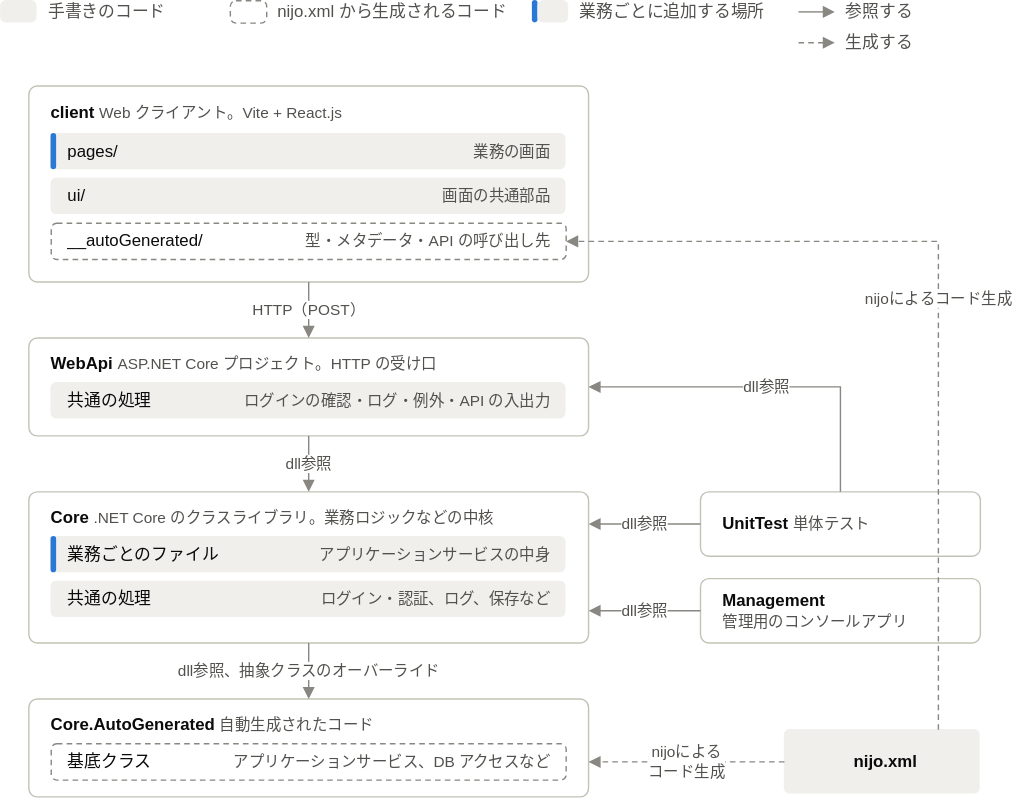
halllky/NijoAppScaffold keeps this draw.io diagram as demo/101_販売管理システム/標準仕様書_プロジェクト構成図.drawio.svg. Above is the earlier version. Source tidied: cells renumbered, new cells last; positions are measured from the earlier drawing's top-left corner, leaving out a move shared by most shapes.
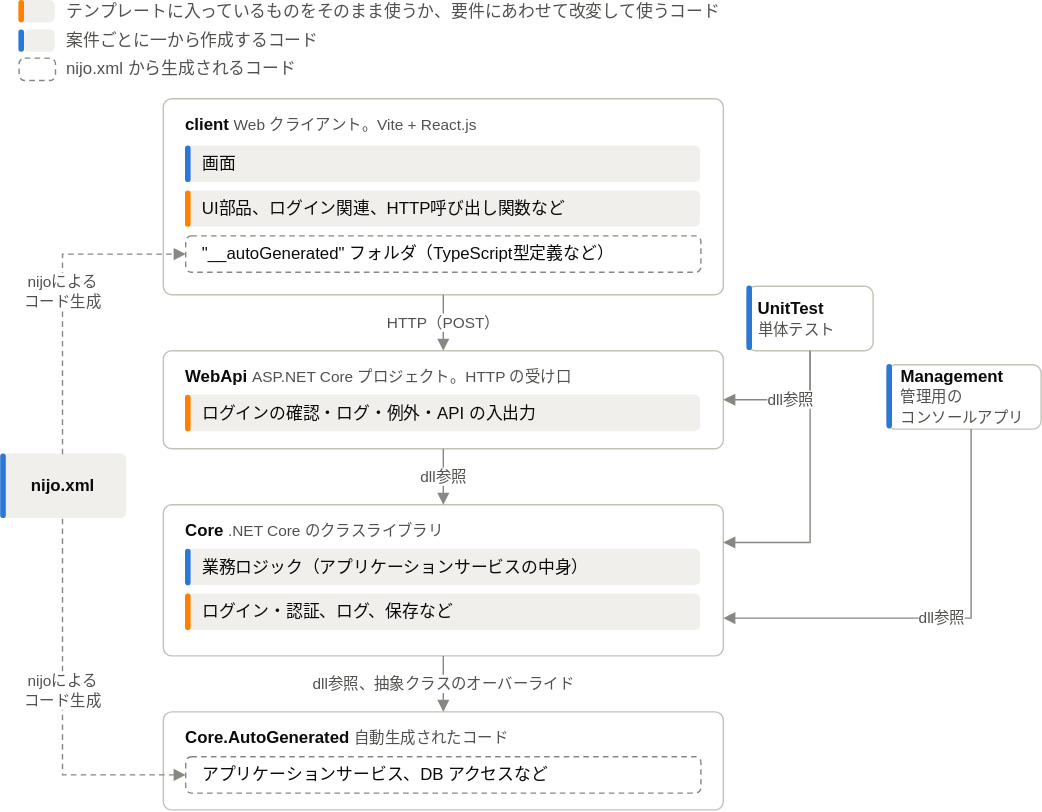
The same diagram one commit later.

Commit message:
デモ101 4章レビュー

The edit, as a diff of the source:
```diff
@@ -3,44 +3,26 @@
     <mxCell id="0" />
     <mxCell id="1" parent="0" />
     <mxCell id="2" style="rounded=1;absoluteArcSize=1;arcSize=8;html=1;fillColor=#f0efec;strokeColor=none;strokeWidth=1;" parent="1" vertex="1">
-      <mxGeometry width="26" height="16" as="geometry" />
+      <mxGeometry x="-83" y="-9" width="26" height="16" as="geometry" />
     </mxCell>
-    <mxCell id="3" value="手書きのコード" style="text;html=1;align=left;verticalAlign=middle;fontSize=12;fontColor=#52514e;fontStyle=0;spacing=0;" parent="1" vertex="1">
-      <mxGeometry x="34" width="120" height="16" as="geometry" />
+    <mxCell id="3" value="テンプレートに入っているものをそのまま使うか、要件にあわせて改変して使うコード" style="text;html=1;align=left;verticalAlign=middle;fontSize=12;fontColor=#52514e;fontStyle=0;spacing=0;" parent="1" vertex="1">
+      <mxGeometry x="-49" y="-9" width="469" height="16" as="geometry" />
     </mxCell>
     <mxCell id="4" style="rounded=1;absoluteArcSize=1;arcSize=8;html=1;fillColor=#ffffff;strokeColor=#898781;strokeWidth=1;dashed=1;dashPattern=4 3;" parent="1" vertex="1">
-      <mxGeometry x="164" width="26" height="16" as="geometry" />
+      <mxGeometry x="-83" y="32" width="26" height="16" as="geometry" />
     </mxCell>
     <mxCell id="5" value="nijo.xml から生成されるコード" style="text;html=1;align=left;verticalAlign=middle;fontSize=12;fontColor=#52514e;fontStyle=0;spacing=0;" parent="1" vertex="1">
-      <mxGeometry x="198" width="170" height="16" as="geometry" />
+      <mxGeometry x="-49" y="32" width="170" height="16" as="geometry" />
     </mxCell>
     <mxCell id="6" style="rounded=1;absoluteArcSize=1;arcSize=4;html=1;fillColor=#2a78d6;strokeColor=none;strokeWidth=1;" parent="1" vertex="1">
-      <mxGeometry x="380" width="4" height="16" as="geometry" />
+      <mxGeometry x="-83" y="12" width="4" height="16" as="geometry" />
     </mxCell>
     <mxCell id="7" style="rounded=1;absoluteArcSize=1;arcSize=8;html=1;fillColor=#f0efec;strokeColor=none;strokeWidth=1;" parent="1" vertex="1">
-      <mxGeometry x="384" width="22" height="16" as="geometry" />
+      <mxGeometry x="-79" y="12" width="22" height="16" as="geometry" />
     </mxCell>
-    <mxCell id="8" value="業務ごとに追加する場所" style="text;html=1;align=left;verticalAlign=middle;fontSize=12;fontColor=#52514e;fontStyle=0;spacing=0;" parent="1" vertex="1">
-      <mxGeometry x="414" width="140" height="16" as="geometry" />
+    <mxCell id="8" value="案件ごとに一から作成するコード" style="text;html=1;align=left;verticalAlign=middle;fontSize=12;fontColor=#52514e;fontStyle=0;spacing=0;" parent="1" vertex="1">
+      <mxGeometry x="-49" y="12" width="216" height="16" as="geometry" />
     </mxCell>
-    <mxCell id="9" style="html=1;rounded=0;endArrow=block;endFill=1;endSize=6;startArrow=none;strokeColor=#898781;strokeWidth=1;fontSize=11;fontColor=#52514e;labelBackgroundColor=#ffffff;" parent="1" edge="1">
-      <mxGeometry relative="1" as="geometry">
-        <mxPoint x="570" y="8" as="sourcePoint" />
-        <mxPoint x="596" y="8" as="targetPoint" />
-      </mxGeometry>
-    </mxCell>
-    <mxCell id="10" value="参照する" style="text;html=1;align=left;verticalAlign=middle;fontSize=12;fontColor=#52514e;fontStyle=0;spacing=0;" parent="1" vertex="1">
-      <mxGeometry x="604" width="60" height="16" as="geometry" />
-    </mxCell>
-    <mxCell id="11" style="html=1;rounded=0;endArrow=block;endFill=1;endSize=6;startArrow=none;strokeColor=#898781;strokeWidth=1;fontSize=11;fontColor=#52514e;labelBackgroundColor=#ffffff;dashed=1;dashPattern=4 3;" parent="1" edge="1">
-      <mxGeometry relative="1" as="geometry">
-        <mxPoint x="570" y="30" as="sourcePoint" />
-        <mxPoint x="596" y="30" as="targetPoint" />
-      </mxGeometry>
-    </mxCell>
-    <mxCell id="12" value="生成する" style="text;html=1;align=left;verticalAlign=middle;fontSize=12;fontColor=#52514e;fontStyle=0;spacing=0;" parent="1" vertex="1">
-      <mxGeometry x="604" y="22" width="60" height="16" as="geometry" />
-    </mxCell>
     <mxCell id="13" style="rounded=1;absoluteArcSize=1;arcSize=12;html=1;fillColor=#ffffff;strokeColor=#c3c2b7;strokeWidth=1;" parent="1" vertex="1">
       <mxGeometry x="20" y="61" width="400" height="140" as="geometry" />
     </mxCell>
@@ -53,30 +35,21 @@
     <mxCell id="16" style="rounded=1;absoluteArcSize=1;arcSize=4;html=1;fillColor=#2a78d6;strokeColor=none;strokeWidth=1;" parent="1" vertex="1">
       <mxGeometry x="36" y="95" width="4" height="26" as="geometry" />
     </mxCell>
-    <mxCell id="17" value="pages/" style="text;html=1;align=left;verticalAlign=middle;fontSize=12;fontColor=#0b0b0b;fontStyle=0;spacing=0;" parent="1" vertex="1">
+    <mxCell id="17" value="画面" style="text;html=1;align=left;verticalAlign=middle;fontSize=12;fontColor=#0b0b0b;fontStyle=0;spacing=0;" parent="1" vertex="1">
       <mxGeometry x="48" y="95" width="180" height="26" as="geometry" />
     </mxCell>
-    <mxCell id="18" value="業務の画面" style="text;html=1;align=right;verticalAlign=middle;fontSize=11;fontColor=#52514e;fontStyle=0;spacing=0;" parent="1" vertex="1">
-      <mxGeometry x="186" y="95" width="206" height="26" as="geometry" />
-    </mxCell>
     <mxCell id="19" style="rounded=1;absoluteArcSize=1;arcSize=8;html=1;fillColor=#f0efec;strokeColor=none;strokeWidth=1;" parent="1" vertex="1">
       <mxGeometry x="36" y="127" width="368" height="26" as="geometry" />
     </mxCell>
-    <mxCell id="20" value="ui/" style="text;html=1;align=left;verticalAlign=middle;fontSize=12;fontColor=#0b0b0b;fontStyle=0;spacing=0;" parent="1" vertex="1">
+    <mxCell id="20" value="UI部品、ログイン関連、HTTP呼び出し関数など" style="text;html=1;align=left;verticalAlign=middle;fontSize=12;fontColor=#0b0b0b;fontStyle=0;spacing=0;" parent="1" vertex="1">
       <mxGeometry x="48" y="127" width="180" height="26" as="geometry" />
     </mxCell>
-    <mxCell id="21" value="画面の共通部品" style="text;html=1;align=right;verticalAlign=middle;fontSize=11;fontColor=#52514e;fontStyle=0;spacing=0;" parent="1" vertex="1">
-      <mxGeometry x="186" y="127" width="206" height="26" as="geometry" />
-    </mxCell>
     <mxCell id="22" style="rounded=1;absoluteArcSize=1;arcSize=8;html=1;fillColor=#ffffff;strokeColor=#898781;strokeWidth=1;dashed=1;dashPattern=4 3;" parent="1" vertex="1">
       <mxGeometry x="36" y="159" width="368" height="26" as="geometry" />
     </mxCell>
-    <mxCell id="23" value="__autoGenerated/" style="text;html=1;align=left;verticalAlign=middle;fontSize=12;fontColor=#0b0b0b;fontStyle=0;spacing=0;" parent="1" vertex="1">
-      <mxGeometry x="48" y="159" width="180" height="26" as="geometry" />
+    <mxCell id="23" value="&quot;__autoGenerated&quot; フォルダ（TypeScript型定義など）" style="text;html=1;align=left;verticalAlign=middle;fontSize=12;fontColor=#0b0b0b;fontStyle=0;spacing=0;" parent="1" vertex="1">
+      <mxGeometry x="48" y="159" width="339" height="26" as="geometry" />
     </mxCell>
-    <mxCell id="24" value="型・メタデータ・API の呼び出し先" style="text;html=1;align=right;verticalAlign=middle;fontSize=11;fontColor=#52514e;fontStyle=0;spacing=0;" parent="1" vertex="1">
-      <mxGeometry x="186" y="159" width="206" height="26" as="geometry" />
-    </mxCell>
     <mxCell id="25" style="rounded=1;absoluteArcSize=1;arcSize=12;html=1;fillColor=#ffffff;strokeColor=#c3c2b7;strokeWidth=1;" parent="1" vertex="1">
       <mxGeometry x="20" y="241" width="400" height="70" as="geometry" />
     </mxCell>
@@ -86,16 +59,13 @@
     <mxCell id="27" style="rounded=1;absoluteArcSize=1;arcSize=8;html=1;fillColor=#f0efec;strokeColor=none;strokeWidth=1;" parent="1" vertex="1">
       <mxGeometry x="36" y="273" width="368" height="26" as="geometry" />
     </mxCell>
-    <mxCell id="28" value="共通の処理" style="text;html=1;align=left;verticalAlign=middle;fontSize=12;fontColor=#0b0b0b;fontStyle=0;spacing=0;" parent="1" vertex="1">
+    <mxCell id="28" value="ログインの確認・ログ・例外・API の入出力" style="text;html=1;align=left;verticalAlign=middle;fontSize=12;fontColor=#0b0b0b;fontStyle=0;spacing=0;" parent="1" vertex="1">
       <mxGeometry x="48" y="273" width="180" height="26" as="geometry" />
     </mxCell>
-    <mxCell id="29" value="ログインの確認・ログ・例外・API の入出力" style="text;html=1;align=right;verticalAlign=middle;fontSize=11;fontColor=#52514e;fontStyle=0;spacing=0;" parent="1" vertex="1">
-      <mxGeometry x="186" y="273" width="206" height="26" as="geometry" />
-    </mxCell>
     <mxCell id="30" style="rounded=1;absoluteArcSize=1;arcSize=12;html=1;fillColor=#ffffff;strokeColor=#c3c2b7;strokeWidth=1;" parent="1" vertex="1">
       <mxGeometry x="20" y="351" width="400" height="108" as="geometry" />
     </mxCell>
-    <mxCell id="31" value="&lt;b&gt;Core&lt;/b&gt;　&lt;span style=&quot;color: rgb(82, 81, 78); font-size: 11px;&quot;&gt;.NET Core のクラスライブラリ。業務ロジックなどの中核&lt;/span&gt;" style="text;html=1;align=left;verticalAlign=middle;fontSize=12;fontColor=#0b0b0b;fontStyle=0;spacing=0;" parent="1" vertex="1">
+    <mxCell id="31" value="&lt;b&gt;Core&lt;/b&gt;　&lt;span style=&quot;color: rgb(82, 81, 78); font-size: 11px;&quot;&gt;.NET Core のクラスライブラリ&lt;/span&gt;" style="text;html=1;align=left;verticalAlign=middle;fontSize=12;fontColor=#0b0b0b;fontStyle=0;spacing=0;" parent="1" vertex="1">
       <mxGeometry x="36" y="361" width="368" height="18" as="geometry" />
     </mxCell>
     <mxCell id="32" style="rounded=1;absoluteArcSize=1;arcSize=8;html=1;fillColor=#f0efec;strokeColor=none;strokeWidth=1;" parent="1" vertex="1">
@@ -104,21 +74,15 @@
     <mxCell id="33" style="rounded=1;absoluteArcSize=1;arcSize=4;html=1;fillColor=#2a78d6;strokeColor=none;strokeWidth=1;" parent="1" vertex="1">
       <mxGeometry x="36" y="383" width="4" height="26" as="geometry" />
     </mxCell>
-    <mxCell id="34" value="業務ごとのファイル" style="text;html=1;align=left;verticalAlign=middle;fontSize=12;fontColor=#0b0b0b;fontStyle=0;spacing=0;" parent="1" vertex="1">
+    <mxCell id="34" value="業務ロジック（アプリケーションサービスの中身）" style="text;html=1;align=left;verticalAlign=middle;fontSize=12;fontColor=#0b0b0b;fontStyle=0;spacing=0;" parent="1" vertex="1">
       <mxGeometry x="48" y="383" width="180" height="26" as="geometry" />
     </mxCell>
-    <mxCell id="35" value="アプリケーションサービスの中身" style="text;html=1;align=right;verticalAlign=middle;fontSize=11;fontColor=#52514e;fontStyle=0;spacing=0;" parent="1" vertex="1">
-      <mxGeometry x="186" y="383" width="206" height="26" as="geometry" />
-    </mxCell>
     <mxCell id="36" style="rounded=1;absoluteArcSize=1;arcSize=8;html=1;fillColor=#f0efec;strokeColor=none;strokeWidth=1;" parent="1" vertex="1">
       <mxGeometry x="36" y="415" width="368" height="26" as="geometry" />
     </mxCell>
-    <mxCell id="37" value="共通の処理" style="text;html=1;align=left;verticalAlign=middle;fontSize=12;fontColor=#0b0b0b;fontStyle=0;spacing=0;" parent="1" vertex="1">
+    <mxCell id="37" value="ログイン・認証、ログ、保存など" style="text;html=1;align=left;verticalAlign=middle;fontSize=12;fontColor=#0b0b0b;fontStyle=0;spacing=0;" parent="1" vertex="1">
       <mxGeometry x="48" y="415" width="180" height="26" as="geometry" />
     </mxCell>
-    <mxCell id="38" value="ログイン・認証、ログ、保存など" style="text;html=1;align=right;verticalAlign=middle;fontSize=11;fontColor=#52514e;fontStyle=0;spacing=0;" parent="1" vertex="1">
-      <mxGeometry x="186" y="415" width="206" height="26" as="geometry" />
-    </mxCell>
     <mxCell id="39" style="rounded=1;absoluteArcSize=1;arcSize=12;html=1;fillColor=#ffffff;strokeColor=#c3c2b7;strokeWidth=1;" parent="1" vertex="1">
       <mxGeometry x="20" y="499" width="400" height="70" as="geometry" />
     </mxCell>
@@ -128,12 +92,9 @@
     <mxCell id="41" style="rounded=1;absoluteArcSize=1;arcSize=8;html=1;fillColor=#ffffff;strokeColor=#898781;strokeWidth=1;dashed=1;dashPattern=4 3;" parent="1" vertex="1">
       <mxGeometry x="36" y="531" width="368" height="26" as="geometry" />
     </mxCell>
-    <mxCell id="42" value="基底クラス" style="text;html=1;align=left;verticalAlign=middle;fontSize=12;fontColor=#0b0b0b;fontStyle=0;spacing=0;" parent="1" vertex="1">
+    <mxCell id="42" value="アプリケーションサービス、DB アクセスなど" style="text;html=1;align=left;verticalAlign=middle;fontSize=12;fontColor=#0b0b0b;fontStyle=0;spacing=0;" parent="1" vertex="1">
       <mxGeometry x="48" y="531" width="180" height="26" as="geometry" />
     </mxCell>
-    <mxCell id="43" value="アプリケーションサービス、DB アクセスなど" style="text;html=1;align=right;verticalAlign=middle;fontSize=11;fontColor=#52514e;fontStyle=0;spacing=0;" parent="1" vertex="1">
-      <mxGeometry x="186" y="531" width="206" height="26" as="geometry" />
-    </mxCell>
     <mxCell id="44" value="HTTP（POST）" style="html=1;rounded=0;endArrow=block;endFill=1;endSize=6;startArrow=none;strokeColor=#898781;strokeWidth=1;fontSize=11;fontColor=#52514e;labelBackgroundColor=#ffffff;" parent="1" edge="1">
       <mxGeometry relative="1" as="geometry">
         <mxPoint x="220" y="201" as="sourcePoint" />
@@ -153,57 +114,58 @@
       </mxGeometry>
     </mxCell>
     <mxCell id="47" style="rounded=1;absoluteArcSize=1;arcSize=12;html=1;fillColor=#ffffff;strokeColor=#c3c2b7;strokeWidth=1;" parent="1" vertex="1">
-      <mxGeometry x="500" y="351" width="200" height="46" as="geometry" />
+      <mxGeometry x="437" y="195" width="90" height="46" as="geometry" />
     </mxCell>
-    <mxCell id="48" value="&lt;b&gt;UnitTest&lt;/b&gt;　&lt;span style=&quot;color:#52514e;font-size:11px&quot;&gt;単体テスト&lt;/span&gt;" style="text;html=1;align=left;verticalAlign=middle;fontSize=12;fontColor=#0b0b0b;fontStyle=0;spacing=0;" parent="1" vertex="1">
-      <mxGeometry x="516" y="351" width="168" height="46" as="geometry" />
+    <mxCell id="48" value="&lt;b&gt;UnitTest&lt;/b&gt;&lt;div&gt;&lt;span style=&quot;color: rgb(82, 81, 78); font-size: 11px;&quot;&gt;単体テスト&lt;/span&gt;&lt;/div&gt;" style="text;html=1;align=left;verticalAlign=middle;fontSize=12;fontColor=#0b0b0b;fontStyle=0;spacing=0;" parent="1" vertex="1">
+      <mxGeometry x="444.5" y="195" width="75" height="46" as="geometry" />
     </mxCell>
     <mxCell id="49" style="rounded=1;absoluteArcSize=1;arcSize=12;html=1;fillColor=#ffffff;strokeColor=#c3c2b7;strokeWidth=1;" parent="1" vertex="1">
-      <mxGeometry x="500" y="413" width="200" height="46" as="geometry" />
+      <mxGeometry x="537" y="251" width="110" height="46" as="geometry" />
     </mxCell>
-    <mxCell id="50" value="&lt;b&gt;Management&lt;/b&gt;&lt;div&gt;&lt;span style=&quot;color: rgb(82, 81, 78); font-size: 11px;&quot;&gt;管理用のコンソールアプリ&lt;/span&gt;&lt;/div&gt;" style="text;html=1;align=left;verticalAlign=middle;fontSize=12;fontColor=#0b0b0b;fontStyle=0;spacing=0;" parent="1" vertex="1">
-      <mxGeometry x="516" y="413" width="168" height="46" as="geometry" />
+    <mxCell id="50" value="&lt;b&gt;Management&lt;/b&gt;&lt;div&gt;&lt;span style=&quot;color: rgb(82, 81, 78); font-size: 11px;&quot;&gt;管理用の&lt;/span&gt;&lt;/div&gt;&lt;div&gt;&lt;span style=&quot;color: rgb(82, 81, 78); font-size: 11px;&quot;&gt;コンソールアプリ&lt;/span&gt;&lt;/div&gt;" style="text;html=1;align=left;verticalAlign=middle;fontSize=12;fontColor=#0b0b0b;fontStyle=0;spacing=0;" parent="1" vertex="1">
+      <mxGeometry x="547" y="251" width="100" height="46" as="geometry" />
     </mxCell>
-    <mxCell id="51" value="dll参照" style="html=1;rounded=0;endArrow=block;endFill=1;endSize=6;startArrow=none;strokeColor=#898781;strokeWidth=1;fontSize=11;fontColor=#52514e;labelBackgroundColor=#ffffff;" parent="1" edge="1">
-      <mxGeometry relative="1" as="geometry">
-        <mxPoint x="500" y="374" as="sourcePoint" />
-        <mxPoint x="420" y="374" as="targetPoint" />
-      </mxGeometry>
+    <mxCell id="51" style="html=1;rounded=0;endArrow=block;endFill=1;endSize=6;startArrow=none;strokeColor=#898781;strokeWidth=1;fontSize=11;fontColor=#52514e;labelBackgroundColor=#ffffff;exitX=0.5;exitY=1;exitDx=0;exitDy=0;edgeStyle=orthogonalEdgeStyle;entryX=1;entryY=0.25;entryDx=0;entryDy=0;" parent="1" edge="1" source="48" target="30">
+      <mxGeometry relative="1" as="geometry" />
     </mxCell>
-    <mxCell id="52" value="dll参照" style="html=1;rounded=0;endArrow=block;endFill=1;endSize=6;startArrow=none;strokeColor=#898781;strokeWidth=1;fontSize=11;fontColor=#52514e;labelBackgroundColor=#ffffff;" parent="1" edge="1">
-      <mxGeometry relative="1" as="geometry">
-        <mxPoint x="500" y="436" as="sourcePoint" />
-        <mxPoint x="420" y="436" as="targetPoint" />
-      </mxGeometry>
+    <mxCell id="52" value="dll参照" style="html=1;rounded=0;endArrow=block;endFill=1;endSize=6;startArrow=none;strokeColor=#898781;strokeWidth=1;fontSize=11;fontColor=#52514e;labelBackgroundColor=#ffffff;exitX=0.5;exitY=1;exitDx=0;exitDy=0;edgeStyle=orthogonalEdgeStyle;entryX=1;entryY=0.75;entryDx=0;entryDy=0;" parent="1" edge="1" source="50" target="30">
+      <mxGeometry relative="1" as="geometry" />
     </mxCell>
-    <mxCell id="53" value="dll参照" style="html=1;rounded=0;endArrow=block;endFill=1;endSize=6;startArrow=none;strokeColor=#898781;strokeWidth=1;fontSize=11;fontColor=#52514e;labelBackgroundColor=#ffffff;" parent="1" edge="1">
-      <mxGeometry relative="1" as="geometry">
-        <mxPoint x="600" y="351" as="sourcePoint" />
-        <mxPoint x="420" y="276" as="targetPoint" />
-        <Array as="points">
-          <mxPoint x="600" y="276" />
-        </Array>
-      </mxGeometry>
+    <mxCell id="53" value="dll参照" style="html=1;rounded=0;endArrow=block;endFill=1;endSize=6;startArrow=none;strokeColor=#898781;strokeWidth=1;fontSize=11;fontColor=#52514e;labelBackgroundColor=#ffffff;edgeStyle=orthogonalEdgeStyle;entryX=1;entryY=0.5;entryDx=0;entryDy=0;exitX=0.5;exitY=1;exitDx=0;exitDy=0;" parent="1" edge="1" source="48" target="25">
+      <mxGeometry relative="1" as="geometry" />
     </mxCell>
     <mxCell id="54" style="rounded=1;absoluteArcSize=1;arcSize=8;html=1;fillColor=#f0efec;strokeColor=none;strokeWidth=1;" parent="1" vertex="1">
-      <mxGeometry x="560" y="521" width="140" height="46" as="geometry" />
+      <mxGeometry x="-96" y="315" width="90" height="46" as="geometry" />
     </mxCell>
     <mxCell id="55" value="&lt;b&gt;nijo.xml&lt;/b&gt;" style="text;html=1;align=center;verticalAlign=middle;fontSize=12;fontColor=#0b0b0b;fontStyle=0;spacing=0;" parent="1" vertex="1">
-      <mxGeometry x="580" y="521" width="104" height="46" as="geometry" />
+      <mxGeometry x="-78" y="315" width="52" height="46" as="geometry" />
     </mxCell>
-    <mxCell id="56" value="nijoによる&lt;div&gt;コード生成&lt;/div&gt;" style="html=1;rounded=0;endArrow=block;endFill=1;endSize=6;startArrow=none;strokeColor=#898781;strokeWidth=1;fontSize=11;fontColor=#52514e;labelBackgroundColor=#ffffff;dashed=1;dashPattern=4 3;exitX=0;exitY=0.5;exitDx=0;exitDy=0;" parent="1" edge="1" source="54">
-      <mxGeometry relative="1" as="geometry">
-        <mxPoint x="420" y="544" as="targetPoint" />
-      </mxGeometry>
+    <mxCell id="56" value="nijoによる&lt;div&gt;コード生成&lt;/div&gt;" style="html=1;rounded=0;endArrow=block;endFill=1;endSize=6;startArrow=none;strokeColor=#898781;strokeWidth=1;fontSize=11;fontColor=#52514e;labelBackgroundColor=#ffffff;dashed=1;dashPattern=4 3;exitX=0.5;exitY=1;exitDx=0;exitDy=0;entryX=0;entryY=0.5;entryDx=0;entryDy=0;edgeStyle=orthogonalEdgeStyle;" parent="1" edge="1" source="55" target="41">
+      <mxGeometry x="-0.09" relative="1" as="geometry" />
     </mxCell>
-    <mxCell id="57" value="nijoによるコード生成" style="html=1;rounded=0;endArrow=block;endFill=1;endSize=6;startArrow=none;strokeColor=#898781;strokeWidth=1;fontSize=11;fontColor=#52514e;labelBackgroundColor=#ffffff;dashed=1;dashPattern=4 3;" parent="1" edge="1">
-      <mxGeometry relative="1" as="geometry">
-        <mxPoint x="670" y="521" as="sourcePoint" />
-        <mxPoint x="404" y="172" as="targetPoint" />
-        <Array as="points">
-          <mxPoint x="670" y="172" />
-        </Array>
-      </mxGeometry>
+    <mxCell id="57" value="nijoによる&lt;div&gt;コード生成&lt;/div&gt;" style="html=1;rounded=0;endArrow=block;endFill=1;endSize=6;startArrow=none;strokeColor=#898781;strokeWidth=1;fontSize=11;fontColor=#52514e;labelBackgroundColor=#ffffff;dashed=1;dashPattern=4 3;exitX=0.5;exitY=0;exitDx=0;exitDy=0;entryX=0;entryY=0.5;entryDx=0;entryDy=0;edgeStyle=orthogonalEdgeStyle;" parent="1" edge="1" source="55" target="22">
+      <mxGeometry relative="1" as="geometry" />
     </mxCell>
+    <mxCell id="58" style="rounded=1;absoluteArcSize=1;arcSize=4;html=1;fillColor=#FF8000;strokeColor=none;strokeWidth=1;" parent="1" vertex="1">
+      <mxGeometry x="36" y="127" width="4" height="26" as="geometry" />
+    </mxCell>
+    <mxCell id="59" style="rounded=1;absoluteArcSize=1;arcSize=4;html=1;fillColor=#FF8000;strokeColor=none;strokeWidth=1;" parent="1" vertex="1">
+      <mxGeometry x="36" y="273" width="4" height="26" as="geometry" />
+    </mxCell>
+    <mxCell id="60" style="rounded=1;absoluteArcSize=1;arcSize=4;html=1;fillColor=#FF8000;strokeColor=none;strokeWidth=1;" parent="1" vertex="1">
+      <mxGeometry x="36" y="415" width="4" height="26" as="geometry" />
+    </mxCell>
+    <mxCell id="61" style="rounded=1;absoluteArcSize=1;arcSize=4;html=1;fillColor=#FF8000;strokeColor=none;strokeWidth=1;" parent="1" vertex="1">
+      <mxGeometry x="-83" y="-9" width="4" height="16" as="geometry" />
+    </mxCell>
+    <mxCell id="62" style="rounded=1;absoluteArcSize=1;arcSize=4;html=1;fillColor=#2a78d6;strokeColor=none;strokeWidth=1;" parent="1" vertex="1">
+      <mxGeometry x="-96" y="315" width="4" height="46" as="geometry" />
+    </mxCell>
+    <mxCell id="63" style="rounded=1;absoluteArcSize=1;arcSize=4;html=1;fillColor=#2a78d6;strokeColor=none;strokeWidth=1;" parent="1" vertex="1">
+      <mxGeometry x="437" y="195" width="4" height="46" as="geometry" />
+    </mxCell>
+    <mxCell id="64" style="rounded=1;absoluteArcSize=1;arcSize=4;html=1;fillColor=#2a78d6;strokeColor=none;strokeWidth=1;" parent="1" vertex="1">
+      <mxGeometry x="537" y="251" width="4" height="46" as="geometry" />
+    </mxCell>
   </root>
 </mxGraphModel>
```
